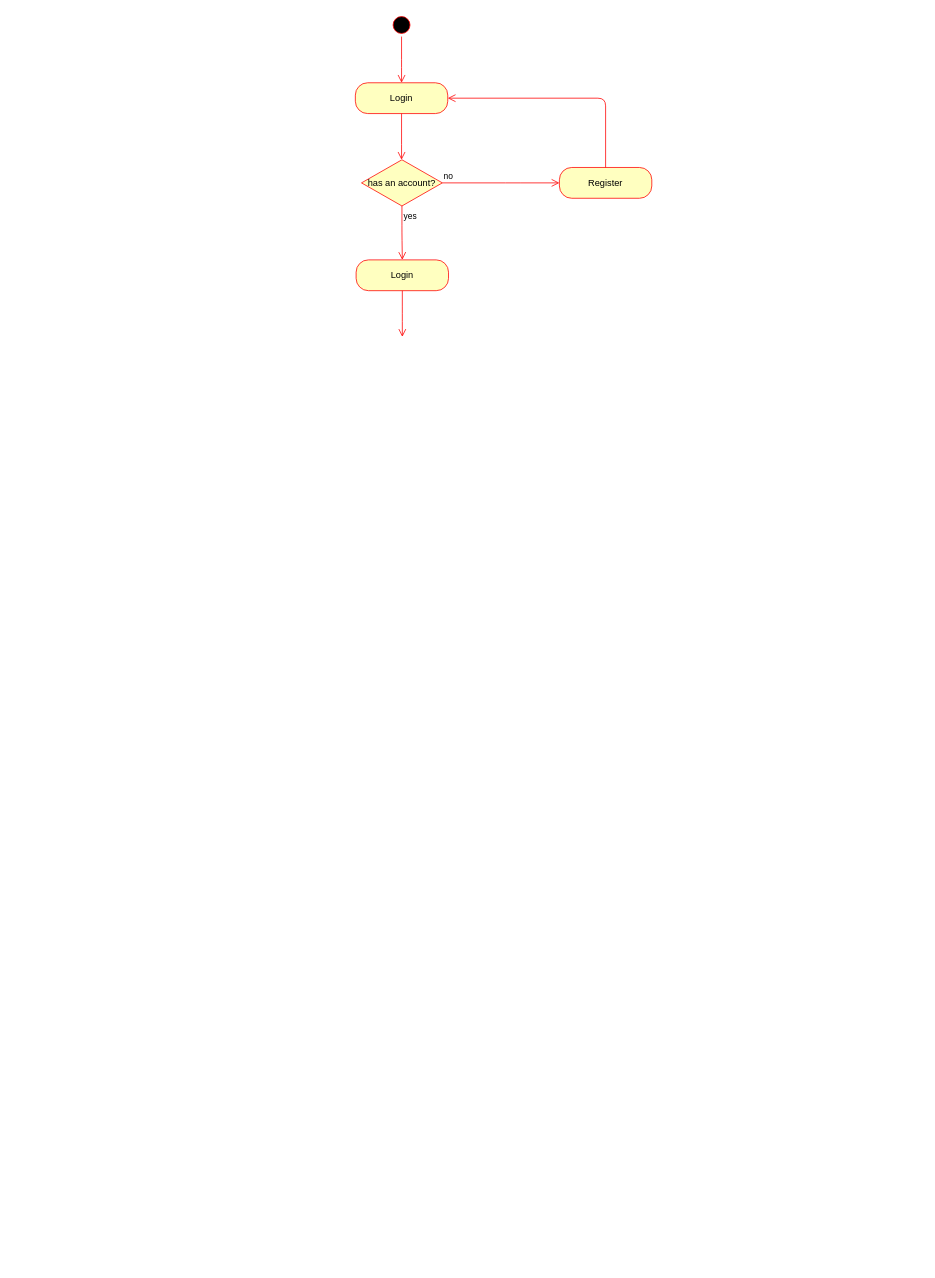
Above: project-root/docs/activity.drawio in quietpanda284/logistics_app (draw.io), before the change. Source tidied: cells renumbered, new cells numbered last; positions are measured from the earlier drawing's top-left corner, leaving out a move shared by most shapes. Both pictures are drawn from the tidied source at 77%, with x=0, y=0 at pixel (355, 13).
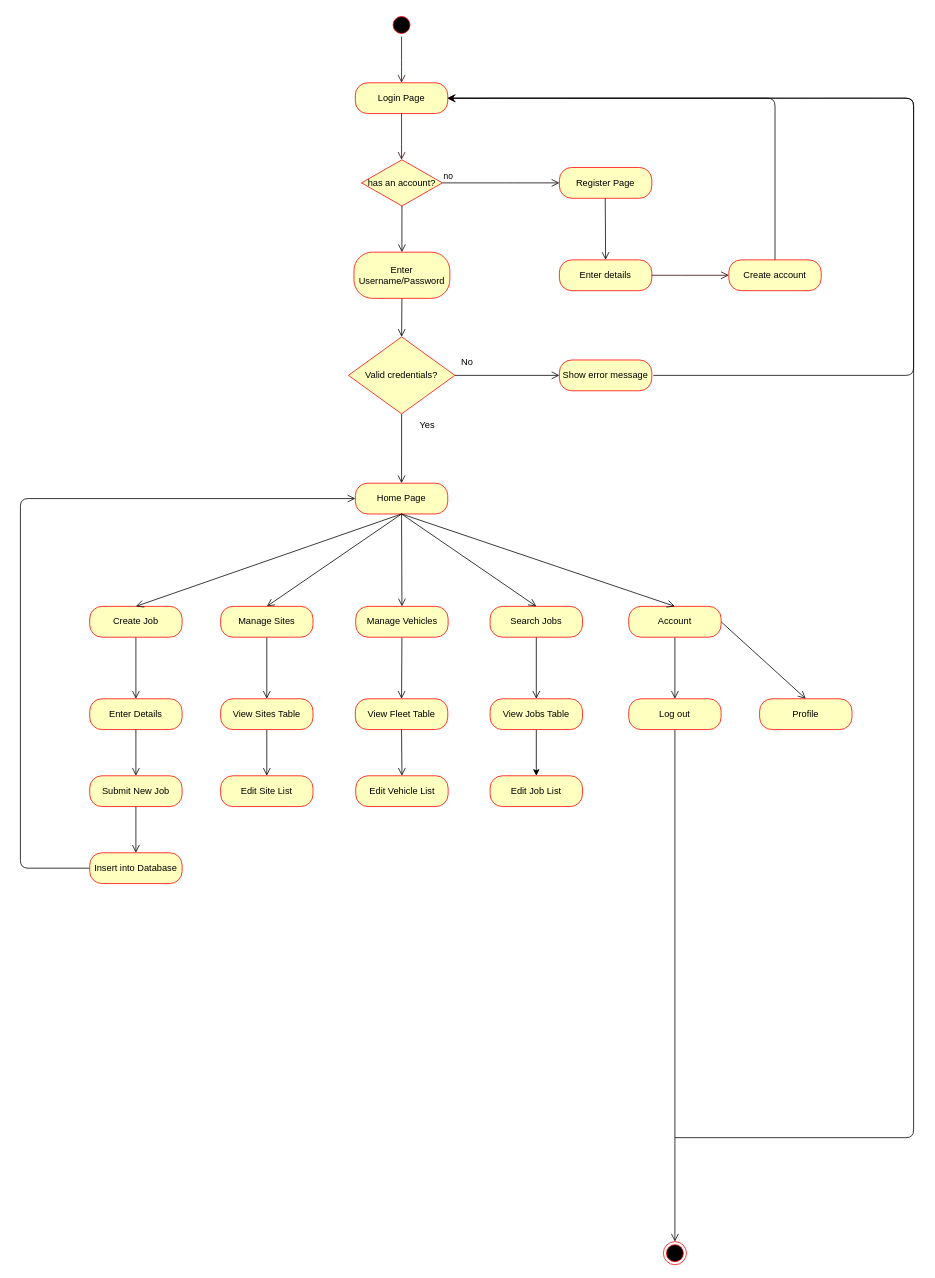
After the change.

Unchanged cells that the change refers to:
```xml
<mxCell id="2" style="ellipse;html=1;shape=startState;fillColor=#000000;strokeColor=#ff0000;" parent="1" vertex="1">
  <mxGeometry x="45" width="30" height="30" as="geometry" />
</mxCell>
<mxCell id="6" value="has an account?" style="rhombus;whiteSpace=wrap;html=1;fontColor=#000000;fillColor=#ffffc0;strokeColor=#ff0000;" parent="1" vertex="1">
  <mxGeometry x="8" y="190" width="105" height="60" as="geometry" />
</mxCell>
```

Diff of the diagram source:
```diff
@@
-    <mxCell id="3" style="edgeStyle=orthogonalEdgeStyle;html=1;verticalAlign=bottom;endArrow=open;endSize=8;strokeColor=#ff0000;" parent="1" edge="1" source="2">
+    <mxCell id="3" style="edgeStyle=orthogonalEdgeStyle;html=1;verticalAlign=bottom;endArrow=open;endSize=8;strokeColor=#330000;" parent="1" edge="1" source="2">
       <mxGeometry relative="1" as="geometry">
         <mxPoint x="60" y="90" as="targetPoint" />
       </mxGeometry>
     </mxCell>
-    <mxCell id="4" value="Login" style="rounded=1;whiteSpace=wrap;html=1;arcSize=40;fontColor=#000000;fillColor=#ffffc0;strokeColor=#ff0000;" parent="1" vertex="1">
+    <mxCell id="4" value="Login Page" style="rounded=1;whiteSpace=wrap;html=1;arcSize=40;fontColor=#000000;fillColor=#ffffc0;strokeColor=#ff0000;" parent="1" vertex="1">
       <mxGeometry y="90" width="120" height="40" as="geometry" />
     </mxCell>
-    <mxCell id="5" style="edgeStyle=orthogonalEdgeStyle;html=1;verticalAlign=bottom;endArrow=open;endSize=8;strokeColor=#ff0000;" parent="1" edge="1" source="4">
+    <mxCell id="5" style="edgeStyle=orthogonalEdgeStyle;html=1;verticalAlign=bottom;endArrow=open;endSize=8;strokeColor=#330000;" parent="1" edge="1" source="4">
       <mxGeometry relative="1" as="geometry">
         <mxPoint x="60" y="190" as="targetPoint" />
       </mxGeometry>
     </mxCell>
+    <mxCell id="13" style="edgeStyle=none;html=1;exitX=0.5;exitY=1;exitDx=0;exitDy=0;entryX=0.5;entryY=0;entryDx=0;entryDy=0;endSize=8;endArrow=open;endFill=0;" parent="1" edge="1" source="6" target="20">
+      <mxGeometry relative="1" as="geometry" />
+    </mxCell>
@@
-    <mxCell id="7" value="no" style="edgeStyle=orthogonalEdgeStyle;html=1;align=left;verticalAlign=bottom;endArrow=open;endSize=8;strokeColor=#ff0000;" parent="1" edge="1" source="6">
+    <mxCell id="7" value="no" style="edgeStyle=orthogonalEdgeStyle;html=1;align=left;verticalAlign=bottom;endArrow=open;endSize=8;strokeColor=light-dark(#000000,#FFFFFF);" parent="1" edge="1" source="6">
       <mxGeometry x="-1" relative="1" as="geometry">
         <mxPoint x="265" y="220" as="targetPoint" />
         <Array as="points">
           <mxPoint x="205" y="220" />
           <mxPoint x="205" y="220" />
         </Array>
       </mxGeometry>
     </mxCell>
-    <mxCell id="8" value="yes" style="edgeStyle=orthogonalEdgeStyle;html=1;align=left;verticalAlign=top;endArrow=open;endSize=8;strokeColor=#ff0000;entryX=0.5;entryY=0;entryDx=0;entryDy=0;" parent="1" edge="1" source="6" target="9">
-      <mxGeometry x="-1" relative="1" as="geometry" />
-    </mxCell>
-    <mxCell id="9" value="Login" style="rounded=1;whiteSpace=wrap;html=1;arcSize=40;fontColor=#000000;fillColor=#ffffc0;strokeColor=#ff0000;" parent="1" vertex="1">
-      <mxGeometry x="1" y="320" width="120" height="40" as="geometry" />
-    </mxCell>
-    <mxCell id="10" style="edgeStyle=orthogonalEdgeStyle;html=1;verticalAlign=bottom;endArrow=open;endSize=8;strokeColor=#ff0000;" parent="1" edge="1" source="9">
-      <mxGeometry relative="1" as="geometry">
-        <mxPoint x="61" y="420" as="targetPoint" />
-      </mxGeometry>
-    </mxCell>
-    <mxCell id="11" value="Register" style="rounded=1;whiteSpace=wrap;html=1;arcSize=40;fontColor=#000000;fillColor=#ffffc0;strokeColor=#ff0000;" parent="1" vertex="1">
+    <mxCell id="11" value="Register Page" style="rounded=1;whiteSpace=wrap;html=1;arcSize=40;fontColor=#000000;fillColor=#ffffc0;strokeColor=#ff0000;" parent="1" vertex="1">
       <mxGeometry x="265" y="200" width="120" height="40" as="geometry" />
     </mxCell>
-    <mxCell id="12" style="edgeStyle=orthogonalEdgeStyle;html=1;verticalAlign=bottom;endArrow=open;endSize=8;strokeColor=#ff0000;entryX=1;entryY=0.5;entryDx=0;entryDy=0;" parent="1" edge="1" source="11" target="4">
-      <mxGeometry relative="1" as="geometry">
-        <Array as="points">
-          <mxPoint x="325" y="110" />
-        </Array>
-      </mxGeometry>
-    </mxCell>
+    <mxCell id="14" value="Enter details" style="rounded=1;whiteSpace=wrap;html=1;arcSize=40;fontColor=#000000;fillColor=#ffffc0;strokeColor=#ff0000;" parent="1" vertex="1">
+      <mxGeometry x="265" y="320" width="120" height="40" as="geometry" />
+    </mxCell>
+    <mxCell id="15" style="edgeStyle=orthogonalEdgeStyle;html=1;verticalAlign=bottom;endArrow=open;endSize=8;strokeColor=#330000;exitX=1;exitY=0.5;exitDx=0;exitDy=0;" parent="1" edge="1" source="14">
+      <mxGeometry relative="1" as="geometry">
+        <mxPoint x="485" y="340" as="targetPoint" />
+      </mxGeometry>
+    </mxCell>
+    <mxCell id="16" style="edgeStyle=orthogonalEdgeStyle;html=1;verticalAlign=bottom;endArrow=open;endSize=8;strokeColor=light-dark(#000000,#FFFFFF);entryX=0.5;entryY=0;entryDx=0;entryDy=0;" parent="1" edge="1" target="14">
+      <mxGeometry relative="1" as="geometry">
+        <mxPoint x="324.5" y="240" as="sourcePoint" />
+      </mxGeometry>
+    </mxCell>
+    <mxCell id="17" style="edgeStyle=none;html=1;exitX=0.5;exitY=0;exitDx=0;exitDy=0;entryX=1;entryY=0.5;entryDx=0;entryDy=0;endArrow=open;endFill=0;endSize=8;strokeColor=light-dark(#000000,#FFFFFF);" parent="1" edge="1" source="18" target="4">
+      <mxGeometry relative="1" as="geometry">
+        <Array as="points">
+          <mxPoint x="545" y="110" />
+        </Array>
+      </mxGeometry>
+    </mxCell>
+    <mxCell id="18" value="Create account" style="rounded=1;whiteSpace=wrap;html=1;arcSize=40;fontColor=#000000;fillColor=#ffffc0;strokeColor=#ff0000;" parent="1" vertex="1">
+      <mxGeometry x="485" y="320" width="120" height="40" as="geometry" />
+    </mxCell>
+    <mxCell id="19" style="edgeStyle=none;html=1;exitX=0.5;exitY=1;exitDx=0;exitDy=0;entryX=0.5;entryY=0;entryDx=0;entryDy=0;endSize=8;endArrow=open;endFill=0;" parent="1" edge="1" source="20" target="23">
+      <mxGeometry relative="1" as="geometry" />
+    </mxCell>
+    <mxCell id="20" value="Enter Username/Password" style="rounded=1;whiteSpace=wrap;html=1;arcSize=40;fontColor=#000000;fillColor=#ffffc0;strokeColor=#ff0000;" parent="1" vertex="1">
+      <mxGeometry x="-1.8" y="310" width="124.5" height="60" as="geometry" />
+    </mxCell>
+    <mxCell id="21" style="edgeStyle=none;html=1;exitX=1;exitY=0.5;exitDx=0;exitDy=0;entryX=0;entryY=0.5;entryDx=0;entryDy=0;endArrow=open;endFill=0;endSize=8;strokeColor=light-dark(#000000,#FFFFFF);" parent="1" edge="1" source="23" target="25">
+      <mxGeometry relative="1" as="geometry" />
+    </mxCell>
+    <mxCell id="22" style="edgeStyle=none;html=1;exitX=0.5;exitY=1;exitDx=0;exitDy=0;entryX=0.5;entryY=0;entryDx=0;entryDy=0;endArrow=open;endFill=0;endSize=8;" parent="1" edge="1" source="23" target="30">
+      <mxGeometry relative="1" as="geometry" />
+    </mxCell>
+    <mxCell id="23" value="Valid credentials?" style="rhombus;whiteSpace=wrap;html=1;fontColor=#000000;fillColor=#ffffc0;strokeColor=#ff0000;" parent="1" vertex="1">
+      <mxGeometry x="-9" y="420" width="138.2" height="100" as="geometry" />
+    </mxCell>
+    <mxCell id="24" style="edgeStyle=none;html=1;exitX=1;exitY=0.5;exitDx=0;exitDy=0;strokeColor=light-dark(#000000,#FFFFFF);endArrow=open;endFill=0;endSize=8;entryX=0.979;entryY=0.506;entryDx=0;entryDy=0;entryPerimeter=0;" parent="1" edge="1">
+      <mxGeometry relative="1" as="geometry">
+        <mxPoint x="387" y="470" as="sourcePoint" />
+        <mxPoint x="119.5" y="110.2" as="targetPoint" />
+        <Array as="points">
+          <mxPoint x="725" y="470" />
+          <mxPoint x="725" y="110" />
+        </Array>
+      </mxGeometry>
+    </mxCell>
+    <mxCell id="25" value="Show error message" style="rounded=1;whiteSpace=wrap;html=1;arcSize=40;fontColor=#000000;fillColor=#ffffc0;strokeColor=#ff0000;" parent="1" vertex="1">
+      <mxGeometry x="265" y="450" width="120" height="40" as="geometry" />
+    </mxCell>
+    <mxCell id="26" value="No" style="text;html=1;align=center;verticalAlign=middle;strokeColor=none;fillColor=none;" parent="1" vertex="1">
+      <mxGeometry x="125" y="438" width="40" height="30" as="geometry" />
+    </mxCell>
+    <mxCell id="27" value="Yes" style="text;html=1;align=center;verticalAlign=middle;strokeColor=none;fillColor=none;" parent="1" vertex="1">
+      <mxGeometry x="73" y="520" width="40" height="30" as="geometry" />
+    </mxCell>
+    <mxCell id="28" style="edgeStyle=none;html=1;exitX=0.5;exitY=1;exitDx=0;exitDy=0;entryX=0.5;entryY=0;entryDx=0;entryDy=0;endArrow=open;endFill=0;endSize=8;" parent="1" edge="1" source="30" target="34">
+      <mxGeometry relative="1" as="geometry" />
+    </mxCell>
+    <mxCell id="29" style="edgeStyle=none;html=1;exitX=0.5;exitY=1;exitDx=0;exitDy=0;entryX=0.5;entryY=0;entryDx=0;entryDy=0;endArrow=open;endFill=0;endSize=8;" parent="1" edge="1" source="30" target="36">
+      <mxGeometry relative="1" as="geometry" />
+    </mxCell>
+    <mxCell id="30" value="Home Page" style="rounded=1;whiteSpace=wrap;html=1;arcSize=40;fontColor=#000000;fillColor=#ffffc0;strokeColor=#ff0000;" parent="1" vertex="1">
+      <mxGeometry y="610" width="120" height="40" as="geometry" />
+    </mxCell>
+    <mxCell id="31" style="edgeStyle=none;html=1;exitX=0.5;exitY=1;exitDx=0;exitDy=0;entryX=0.5;entryY=0;entryDx=0;entryDy=0;endSize=8;endArrow=open;endFill=0;" parent="1" edge="1" source="32" target="53">
+      <mxGeometry relative="1" as="geometry" />
+    </mxCell>
+    <mxCell id="32" value="Create Job" style="rounded=1;whiteSpace=wrap;html=1;arcSize=40;fontColor=#000000;fillColor=#ffffc0;strokeColor=#ff0000;" parent="1" vertex="1">
+      <mxGeometry x="-345" y="770" width="120" height="40" as="geometry" />
+    </mxCell>
+    <mxCell id="33" style="edgeStyle=none;html=1;exitX=0.5;exitY=1;exitDx=0;exitDy=0;entryX=0.5;entryY=0;entryDx=0;entryDy=0;endSize=8;endArrow=open;endFill=0;" parent="1" edge="1" source="34" target="52">
+      <mxGeometry relative="1" as="geometry" />
+    </mxCell>
+    <mxCell id="34" value="Manage Sites" style="rounded=1;whiteSpace=wrap;html=1;arcSize=40;fontColor=#000000;fillColor=#ffffc0;strokeColor=#ff0000;" parent="1" vertex="1">
+      <mxGeometry x="-175" y="770" width="120" height="40" as="geometry" />
+    </mxCell>
+    <mxCell id="35" style="edgeStyle=none;html=1;exitX=0.5;exitY=1;exitDx=0;exitDy=0;entryX=0.5;entryY=0;entryDx=0;entryDy=0;endSize=8;endArrow=open;endFill=0;" parent="1" edge="1" source="36" target="46">
+      <mxGeometry relative="1" as="geometry" />
+    </mxCell>
+    <mxCell id="36" value="Manage Vehicles" style="rounded=1;whiteSpace=wrap;html=1;arcSize=40;fontColor=#000000;fillColor=#ffffc0;strokeColor=#ff0000;" parent="1" vertex="1">
+      <mxGeometry x="0.5" y="770" width="120" height="40" as="geometry" />
+    </mxCell>
+    <mxCell id="37" style="edgeStyle=none;html=1;exitX=0.5;exitY=1;exitDx=0;exitDy=0;entryX=0.5;entryY=0;entryDx=0;entryDy=0;endSize=8;endArrow=open;endFill=0;" parent="1" edge="1" source="38" target="50">
+      <mxGeometry relative="1" as="geometry" />
+    </mxCell>
+    <mxCell id="38" value="Search Jobs" style="rounded=1;whiteSpace=wrap;html=1;arcSize=40;fontColor=#000000;fillColor=#ffffc0;strokeColor=#ff0000;" parent="1" vertex="1">
+      <mxGeometry x="175" y="770" width="120" height="40" as="geometry" />
+    </mxCell>
+    <mxCell id="39" style="edgeStyle=none;html=1;exitX=0.5;exitY=1;exitDx=0;exitDy=0;entryX=0.5;entryY=0;entryDx=0;entryDy=0;endSize=8;endArrow=open;endFill=0;" parent="1" edge="1" source="41" target="44">
+      <mxGeometry relative="1" as="geometry" />
+    </mxCell>
+    <mxCell id="40" style="edgeStyle=none;html=1;exitX=1;exitY=0.5;exitDx=0;exitDy=0;entryX=0.5;entryY=0;entryDx=0;entryDy=0;endArrow=open;endFill=0;endSize=8;" parent="1" edge="1" source="41" target="47">
+      <mxGeometry relative="1" as="geometry" />
+    </mxCell>
+    <mxCell id="41" value="Account" style="rounded=1;whiteSpace=wrap;html=1;arcSize=40;fontColor=#000000;fillColor=#ffffc0;strokeColor=#ff0000;" parent="1" vertex="1">
+      <mxGeometry x="355" y="770" width="120" height="40" as="geometry" />
+    </mxCell>
+    <mxCell id="42" style="edgeStyle=none;html=1;exitX=0.5;exitY=1;exitDx=0;exitDy=0;endArrow=open;endFill=0;endSize=8;entryX=0.5;entryY=0;entryDx=0;entryDy=0;" parent="1" edge="1" source="30" target="38">
+      <mxGeometry relative="1" as="geometry" />
+    </mxCell>
+    <mxCell id="43" style="edgeStyle=none;html=1;exitX=0.5;exitY=1;exitDx=0;exitDy=0;entryX=0.5;entryY=0;entryDx=0;entryDy=0;endSize=8;endArrow=open;endFill=0;" parent="1" edge="1" source="44" target="62">
+      <mxGeometry relative="1" as="geometry" />
+    </mxCell>
+    <mxCell id="44" value="Log out" style="rounded=1;whiteSpace=wrap;html=1;arcSize=40;fontColor=#000000;fillColor=#ffffc0;strokeColor=#ff0000;" parent="1" vertex="1">
+      <mxGeometry x="355" y="890" width="120" height="40" as="geometry" />
+    </mxCell>
+    <mxCell id="45" style="edgeStyle=none;html=1;exitX=0.5;exitY=1;exitDx=0;exitDy=0;entryX=0.5;entryY=0;entryDx=0;entryDy=0;endSize=8;endArrow=open;endFill=0;" parent="1" edge="1" source="46" target="60">
+      <mxGeometry relative="1" as="geometry" />
+    </mxCell>
+    <mxCell id="46" value="View Fleet Table" style="rounded=1;whiteSpace=wrap;html=1;arcSize=40;fontColor=#000000;fillColor=#ffffc0;strokeColor=#ff0000;" parent="1" vertex="1">
+      <mxGeometry y="890" width="120" height="40" as="geometry" />
+    </mxCell>
+    <mxCell id="47" value="Profile" style="rounded=1;whiteSpace=wrap;html=1;arcSize=40;fontColor=#000000;fillColor=#ffffc0;strokeColor=#ff0000;" parent="1" vertex="1">
+      <mxGeometry x="525" y="890" width="120" height="40" as="geometry" />
+    </mxCell>
+    <mxCell id="48" value="Edit Site List" style="rounded=1;whiteSpace=wrap;html=1;arcSize=40;fontColor=#000000;fillColor=#ffffc0;strokeColor=#ff0000;" parent="1" vertex="1">
+      <mxGeometry x="-175" y="990" width="120" height="40" as="geometry" />
+    </mxCell>
+    <mxCell id="49" style="edgeStyle=none;html=1;exitX=0.5;exitY=1;exitDx=0;exitDy=0;entryX=0.5;entryY=0;entryDx=0;entryDy=0;" parent="1" edge="1" source="50" target="61">
+      <mxGeometry relative="1" as="geometry" />
+    </mxCell>
+    <mxCell id="50" value="View Jobs Table" style="rounded=1;whiteSpace=wrap;html=1;arcSize=40;fontColor=#000000;fillColor=#ffffc0;strokeColor=#ff0000;" parent="1" vertex="1">
+      <mxGeometry x="175" y="890" width="120" height="40" as="geometry" />
+    </mxCell>
+    <mxCell id="51" style="edgeStyle=none;html=1;exitX=0.5;exitY=1;exitDx=0;exitDy=0;entryX=0.5;entryY=0;entryDx=0;entryDy=0;endSize=8;endArrow=open;endFill=0;" parent="1" edge="1" source="52" target="48">
+      <mxGeometry relative="1" as="geometry" />
+    </mxCell>
+    <mxCell id="52" value="View Sites Table" style="rounded=1;whiteSpace=wrap;html=1;arcSize=40;fontColor=#000000;fillColor=#ffffc0;strokeColor=#ff0000;" parent="1" vertex="1">
+      <mxGeometry x="-175" y="890" width="120" height="40" as="geometry" />
+    </mxCell>
+    <mxCell id="53" value="Enter Details" style="rounded=1;whiteSpace=wrap;html=1;arcSize=40;fontColor=#000000;fillColor=#ffffc0;strokeColor=#ff0000;" parent="1" vertex="1">
+      <mxGeometry x="-345" y="890" width="120" height="40" as="geometry" />
+    </mxCell>
+    <mxCell id="54" style="edgeStyle=orthogonalEdgeStyle;html=1;verticalAlign=bottom;endArrow=open;endSize=8;strokeColor=default;" parent="1" edge="1" source="53">
+      <mxGeometry relative="1" as="geometry">
+        <mxPoint x="-285" y="990" as="targetPoint" />
+      </mxGeometry>
+    </mxCell>
+    <mxCell id="55" style="edgeStyle=none;html=1;exitX=0.5;exitY=1;exitDx=0;exitDy=0;entryX=0.5;entryY=0;entryDx=0;entryDy=0;strokeColor=default;endSize=8;endArrow=open;endFill=0;" parent="1" edge="1" source="56" target="58">
+      <mxGeometry relative="1" as="geometry" />
+    </mxCell>
+    <mxCell id="56" value="Submit New Job" style="rounded=1;whiteSpace=wrap;html=1;arcSize=40;fontColor=#000000;fillColor=#ffffc0;strokeColor=#ff0000;" parent="1" vertex="1">
+      <mxGeometry x="-345" y="990" width="120" height="40" as="geometry" />
+    </mxCell>
+    <mxCell id="57" style="edgeStyle=none;html=1;exitX=0;exitY=0.5;exitDx=0;exitDy=0;entryX=0;entryY=0.5;entryDx=0;entryDy=0;endArrow=open;endFill=0;endSize=8;" parent="1" edge="1" source="58" target="30">
+      <mxGeometry relative="1" as="geometry">
+        <Array as="points">
+          <mxPoint x="-435" y="1110" />
+          <mxPoint x="-435" y="630" />
+        </Array>
+      </mxGeometry>
+    </mxCell>
+    <mxCell id="58" value="Insert into Database" style="rounded=1;whiteSpace=wrap;html=1;arcSize=40;fontColor=#000000;fillColor=#ffffc0;strokeColor=#ff0000;" parent="1" vertex="1">
+      <mxGeometry x="-345" y="1090" width="120" height="40" as="geometry" />
+    </mxCell>
+    <mxCell id="59" style="edgeStyle=none;html=1;exitX=0.5;exitY=1;exitDx=0;exitDy=0;entryX=0.5;entryY=0;entryDx=0;entryDy=0;endArrow=open;endFill=0;endSize=8;" parent="1" edge="1" source="30" target="32">
+      <mxGeometry relative="1" as="geometry" />
+    </mxCell>
+    <mxCell id="60" value="Edit Vehicle List" style="rounded=1;whiteSpace=wrap;html=1;arcSize=40;fontColor=#000000;fillColor=#ffffc0;strokeColor=#ff0000;" parent="1" vertex="1">
+      <mxGeometry x="0.5" y="990" width="120" height="40" as="geometry" />
+    </mxCell>
+    <mxCell id="61" value="Edit Job List" style="rounded=1;whiteSpace=wrap;html=1;arcSize=40;fontColor=#000000;fillColor=#ffffc0;strokeColor=#ff0000;" parent="1" vertex="1">
+      <mxGeometry x="175" y="990" width="120" height="40" as="geometry" />
+    </mxCell>
+    <mxCell id="62" style="ellipse;html=1;shape=endState;fillColor=#000000;strokeColor=#ff0000;" parent="1" vertex="1">
+      <mxGeometry x="400" y="1595" width="30" height="30" as="geometry" />
+    </mxCell>
+    <mxCell id="63" style="edgeStyle=none;html=1;fontStyle=0;entryX=1;entryY=0.5;entryDx=0;entryDy=0;" parent="1" edge="1" target="4">
+      <mxGeometry relative="1" as="geometry">
+        <mxPoint x="415" y="1460" as="sourcePoint" />
+        <Array as="points">
+          <mxPoint x="725" y="1460" />
+          <mxPoint x="725" y="110" />
+        </Array>
+      </mxGeometry>
+    </mxCell>
+    <mxCell id="64" style="edgeStyle=none;html=1;exitX=0.5;exitY=1;exitDx=0;exitDy=0;entryX=0.5;entryY=0;entryDx=0;entryDy=0;endArrow=open;endFill=0;endSize=8;" parent="1" edge="1" source="30" target="41">
+      <mxGeometry relative="1" as="geometry" />
+    </mxCell>
```
